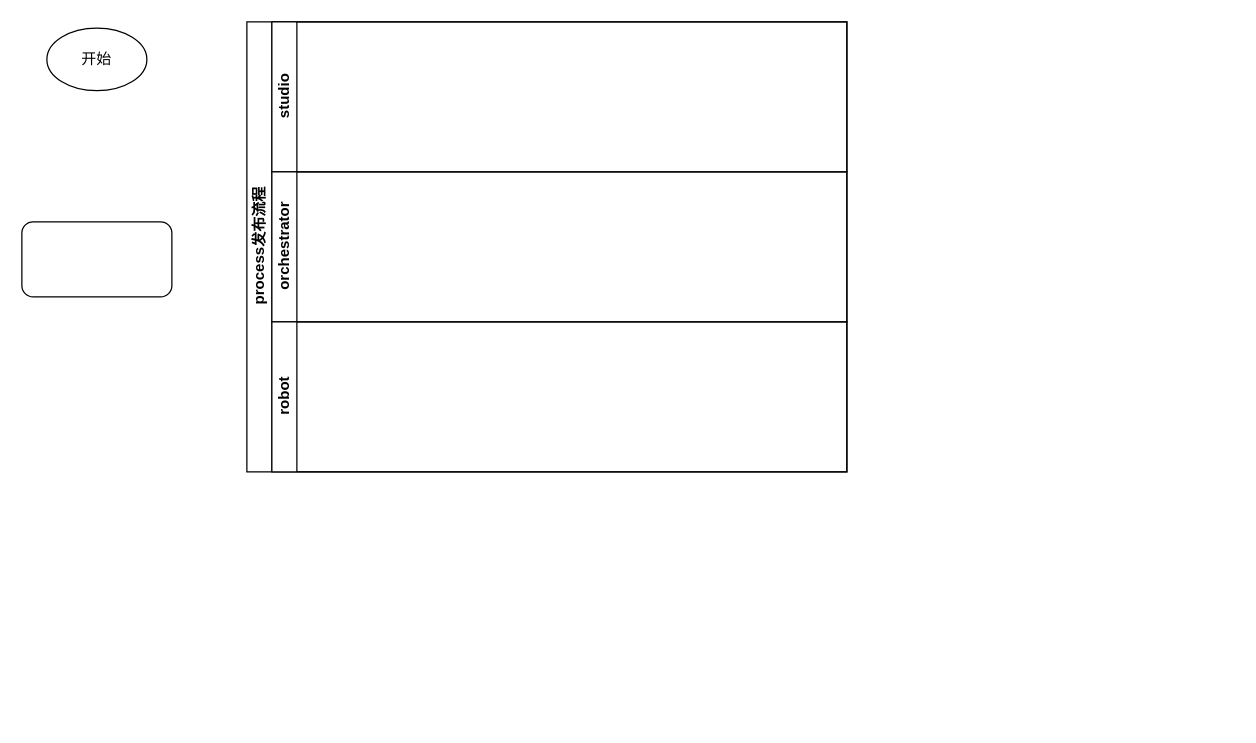
Earlier version of the draw.io diagram process发布流程图.drawio (sunhj000/draw). Source tidied: cells renumbered, new cells numbered last; positions are measured from the earlier drawing's top-left corner, leaving out a move shared by most shapes. Both pictures are drawn from the tidied source at 125%, with x=0, y=0 at pixel (21, 21).
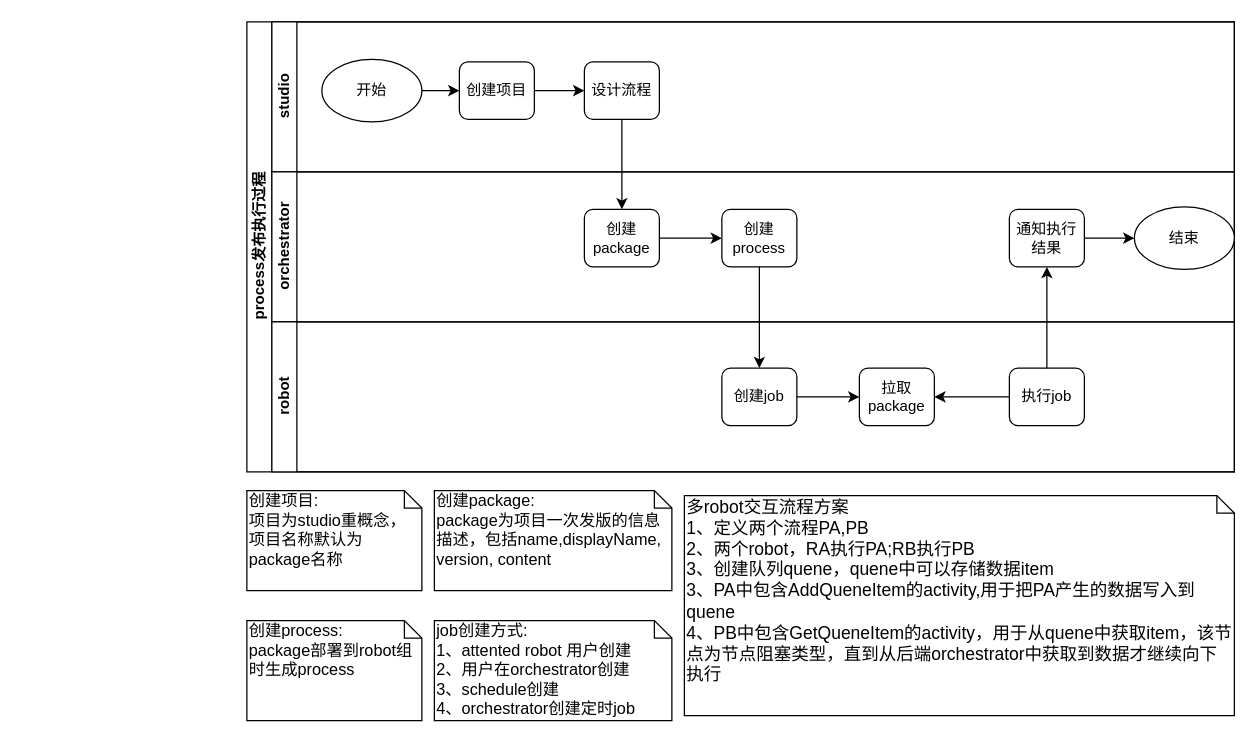
After the change.

Commit message (it also covers changes not shown here):
Update process发布流程图.drawio

What changed in the source:
```diff
@@
-    <mxCell id="2" value="开始" style="ellipse;whiteSpace=wrap;html=1;" parent="1" vertex="1">
-      <mxGeometry x="20" y="5" width="80" height="50" as="geometry" />
-    </mxCell>
-    <mxCell id="3" style="rounded=1;whiteSpace=wrap;html=1;" parent="1" vertex="1">
-      <mxGeometry y="160" width="120" height="60" as="geometry" />
-    </mxCell>
-    <mxCell id="4" value="process发布流程" style="swimlane;html=1;horizontal=0;startSize=20;" parent="1" vertex="1">
-      <mxGeometry x="180" width="480" height="360" as="geometry" />
+    <mxCell id="4" value="process发布执行过程" style="swimlane;html=1;horizontal=0;startSize=20;" parent="1" vertex="1">
+      <mxGeometry x="180" width="790" height="360" as="geometry" />
     </mxCell>
     <mxCell id="5" value="studio" style="swimlane;html=1;startSize=20;horizontal=0;" parent="4" vertex="1">
-      <mxGeometry x="20" width="460" height="120" as="geometry" />
+      <mxGeometry x="20" width="770" height="120" as="geometry" />
     </mxCell>
+    <mxCell id="8" style="edgeStyle=orthogonalEdgeStyle;rounded=0;jettySize=auto;html=1;" parent="5" edge="1" source="2" target="10">
+      <mxGeometry relative="1" as="geometry" />
+    </mxCell>
+    <mxCell id="2" value="开始" style="ellipse;whiteSpace=wrap;html=1;" parent="5" vertex="1">
+      <mxGeometry x="40" y="30" width="80" height="50" as="geometry" />
+    </mxCell>
+    <mxCell id="9" style="edgeStyle=orthogonalEdgeStyle;rounded=0;jettySize=auto;html=1;" parent="5" edge="1" source="10" target="11">
+      <mxGeometry relative="1" as="geometry" />
+    </mxCell>
+    <mxCell id="10" value="创建项目" style="rounded=1;whiteSpace=wrap;html=1;" parent="5" vertex="1">
+      <mxGeometry x="150" y="32" width="60" height="46" as="geometry" />
+    </mxCell>
+    <mxCell id="11" value="设计流程" style="rounded=1;whiteSpace=wrap;html=1;" parent="5" vertex="1">
+      <mxGeometry x="250" y="32" width="60" height="46" as="geometry" />
+    </mxCell>
     <mxCell id="6" value="orchestrator" style="swimlane;html=1;startSize=20;horizontal=0;" parent="4" vertex="1">
-      <mxGeometry x="20" y="120" width="460" height="120" as="geometry" />
+      <mxGeometry x="20" y="120" width="770" height="120" as="geometry" />
     </mxCell>
+    <mxCell id="12" style="edgeStyle=orthogonalEdgeStyle;rounded=0;jettySize=auto;html=1;" parent="6" edge="1" source="13" target="14">
+      <mxGeometry relative="1" as="geometry" />
+    </mxCell>
+    <mxCell id="13" value="创建package" style="rounded=1;whiteSpace=wrap;html=1;" parent="6" vertex="1">
+      <mxGeometry x="250" y="30" width="60" height="46" as="geometry" />
+    </mxCell>
+    <mxCell id="14" value="创建process" style="rounded=1;whiteSpace=wrap;html=1;" parent="6" vertex="1">
+      <mxGeometry x="360" y="30" width="60" height="46" as="geometry" />
+    </mxCell>
+    <mxCell id="15" style="edgeStyle=orthogonalEdgeStyle;rounded=0;jettySize=auto;html=1;" parent="6" edge="1" source="16" target="17">
+      <mxGeometry relative="1" as="geometry" />
+    </mxCell>
+    <mxCell id="16" value="通知执行结果" style="rounded=1;whiteSpace=wrap;html=1;" parent="6" vertex="1">
+      <mxGeometry x="590" y="30" width="60" height="46" as="geometry" />
+    </mxCell>
+    <mxCell id="17" value="结束" style="ellipse;whiteSpace=wrap;html=1;" parent="6" vertex="1">
+      <mxGeometry x="690" y="28" width="80" height="50" as="geometry" />
+    </mxCell>
     <mxCell id="7" value="robot" style="swimlane;html=1;startSize=20;horizontal=0;" parent="4" vertex="1">
-      <mxGeometry x="20" y="240" width="460" height="120" as="geometry" />
+      <mxGeometry x="20" y="240" width="770" height="120" as="geometry" />
     </mxCell>
+    <mxCell id="18" style="edgeStyle=orthogonalEdgeStyle;rounded=0;jettySize=auto;html=1;" parent="7" edge="1" source="19" target="20">
+      <mxGeometry relative="1" as="geometry" />
+    </mxCell>
+    <mxCell id="19" value="创建job" style="rounded=1;whiteSpace=wrap;html=1;" parent="7" vertex="1">
+      <mxGeometry x="360" y="37" width="60" height="46" as="geometry" />
+    </mxCell>
+    <mxCell id="20" value="拉取package" style="rounded=1;whiteSpace=wrap;html=1;" parent="7" vertex="1">
+      <mxGeometry x="470" y="37" width="60" height="46" as="geometry" />
+    </mxCell>
+    <mxCell id="21" style="edgeStyle=orthogonalEdgeStyle;rounded=0;jettySize=auto;html=1;" parent="7" edge="1" source="22" target="20">
+      <mxGeometry relative="1" as="geometry" />
+    </mxCell>
+    <mxCell id="22" value="执行job" style="rounded=1;whiteSpace=wrap;html=1;" parent="7" vertex="1">
+      <mxGeometry x="590" y="37" width="60" height="46" as="geometry" />
+    </mxCell>
+    <mxCell id="23" style="edgeStyle=orthogonalEdgeStyle;rounded=0;jettySize=auto;html=1;" parent="4" edge="1" source="11" target="13">
+      <mxGeometry relative="1" as="geometry" />
+    </mxCell>
+    <mxCell id="24" style="edgeStyle=orthogonalEdgeStyle;rounded=0;jettySize=auto;html=1;entryX=0.5;entryY=0;entryDx=0;entryDy=0;" parent="4" edge="1" source="14" target="19">
+      <mxGeometry relative="1" as="geometry" />
+    </mxCell>
+    <mxCell id="25" style="edgeStyle=orthogonalEdgeStyle;rounded=0;jettySize=auto;html=1;entryX=0.5;entryY=1;entryDx=0;entryDy=0;" parent="4" edge="1" source="22" target="16">
+      <mxGeometry relative="1" as="geometry" />
+    </mxCell>
+    <mxCell id="26" value="创建项目:&lt;br style=&quot;font-size: 13px;&quot;&gt;项目为studio重概念，项目名称默认为package名称&lt;br style=&quot;font-size: 13px;&quot;&gt;" style="shape=note;whiteSpace=wrap;html=1;size=14;verticalAlign=top;align=left;spacingTop=-6;fontSize=13;" parent="1" vertex="1">
+      <mxGeometry x="180" y="375" width="140" height="80" as="geometry" />
+    </mxCell>
+    <mxCell id="27" value="创建package:&lt;br style=&quot;font-size: 13px;&quot;&gt;package为项目一次发版的信息描述，包括name,displayName,&lt;br style=&quot;font-size: 13px;&quot;&gt;version, content&lt;br style=&quot;font-size: 13px;&quot;&gt;" style="shape=note;whiteSpace=wrap;html=1;size=14;verticalAlign=top;align=left;spacingTop=-6;fontSize=13;" parent="1" vertex="1">
+      <mxGeometry x="330" y="375" width="190" height="80" as="geometry" />
+    </mxCell>
+    <mxCell id="28" value="创建process:&lt;br style=&quot;font-size: 13px;&quot;&gt;package部署到robot组时生成process&lt;br style=&quot;font-size: 13px;&quot;&gt;" style="shape=note;whiteSpace=wrap;html=1;size=14;verticalAlign=top;align=left;spacingTop=-6;fontSize=13;" parent="1" vertex="1">
+      <mxGeometry x="180" y="479" width="140" height="80" as="geometry" />
+    </mxCell>
+    <mxCell id="29" value="job创建方式:&lt;br style=&quot;font-size: 13px;&quot;&gt;1、attented robot 用户创建&lt;br style=&quot;font-size: 13px;&quot;&gt;2、用户在orchestrator创建&lt;br style=&quot;font-size: 13px;&quot;&gt;3、schedule创建&lt;br style=&quot;font-size: 13px;&quot;&gt;4、orchestrator创建定时job&lt;br style=&quot;font-size: 13px;&quot;&gt;" style="shape=note;whiteSpace=wrap;html=1;size=14;verticalAlign=top;align=left;spacingTop=-6;fontSize=13;" parent="1" vertex="1">
+      <mxGeometry x="330" y="479" width="190" height="80" as="geometry" />
+    </mxCell>
+    <mxCell id="30" value="多robot交互流程方案&lt;br style=&quot;font-size: 14px;&quot;&gt;1、定义两个流程PA,PB&lt;br style=&quot;font-size: 14px;&quot;&gt;2、两个robot，RA执行PA;RB执行PB&lt;br style=&quot;font-size: 14px;&quot;&gt;3、创建队列quene，quene中可以存储数据item&lt;br style=&quot;font-size: 14px;&quot;&gt;3、PA中包含AddQueneItem的activity,用于把PA产生的数据写入到quene&lt;br style=&quot;font-size: 14px;&quot;&gt;4、PB中包含GetQueneItem的activity，用于从quene中获取item，该节点为节点阻塞类型，直到从后端orchestrator中获取到数据才继续向下执行&lt;br style=&quot;font-size: 14px;&quot;&gt;" style="shape=note;whiteSpace=wrap;html=1;size=14;verticalAlign=top;align=left;spacingTop=-6;fontSize=14;" parent="1" vertex="1">
+      <mxGeometry x="530" y="379" width="440" height="176" as="geometry" />
+    </mxCell>
```
